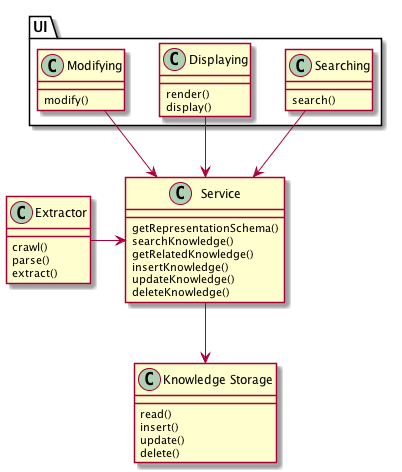
nanoix9/2019Papers keeps this PlantUML diagram as sa/uml/logical-view.png. Above is the earlier version.
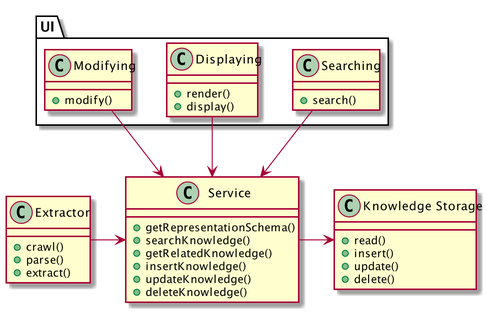
Above is the later version.

What changed in the source:
```diff
@@ -1,45 +1,45 @@
 @startuml
 
-scale max 600 width
+scale 2
 
 class "Extractor" as E {
-    crawl()
-    parse()
-    extract()
+    +crawl()
+    +parse()
+    +extract()
 }
 
 class "Knowledge Storage" as S {
-    read()
-    insert()
-    update()
-    delete()
+    +read()
+    +insert()
+    +update()
+    +delete()
 }
 
 class "Service" as Sv {
-    getRepresentationSchema()
-    searchKnowledge()
-    getRelatedKnowledge()
-    insertKnowledge()
-    updateKnowledge()
-    deleteKnowledge()
+    +getRepresentationSchema()
+    +searchKnowledge()
+    +getRelatedKnowledge()
+    +insertKnowledge()
+    +updateKnowledge()
+    +deleteKnowledge()
 }
 
 package "UI" as UI {
     class Searching {
-        search()
+        +search()
     }
     class Displaying {
-        render()
-        display()
+        +render()
+        +display()
     }
     class Modifying {
-        modify()
+        +modify()
     }
 
 }
 
 E -> Sv
-Sv --> S
+Sv -> S
 
 Searching --> Sv
 Displaying --> Sv
```
